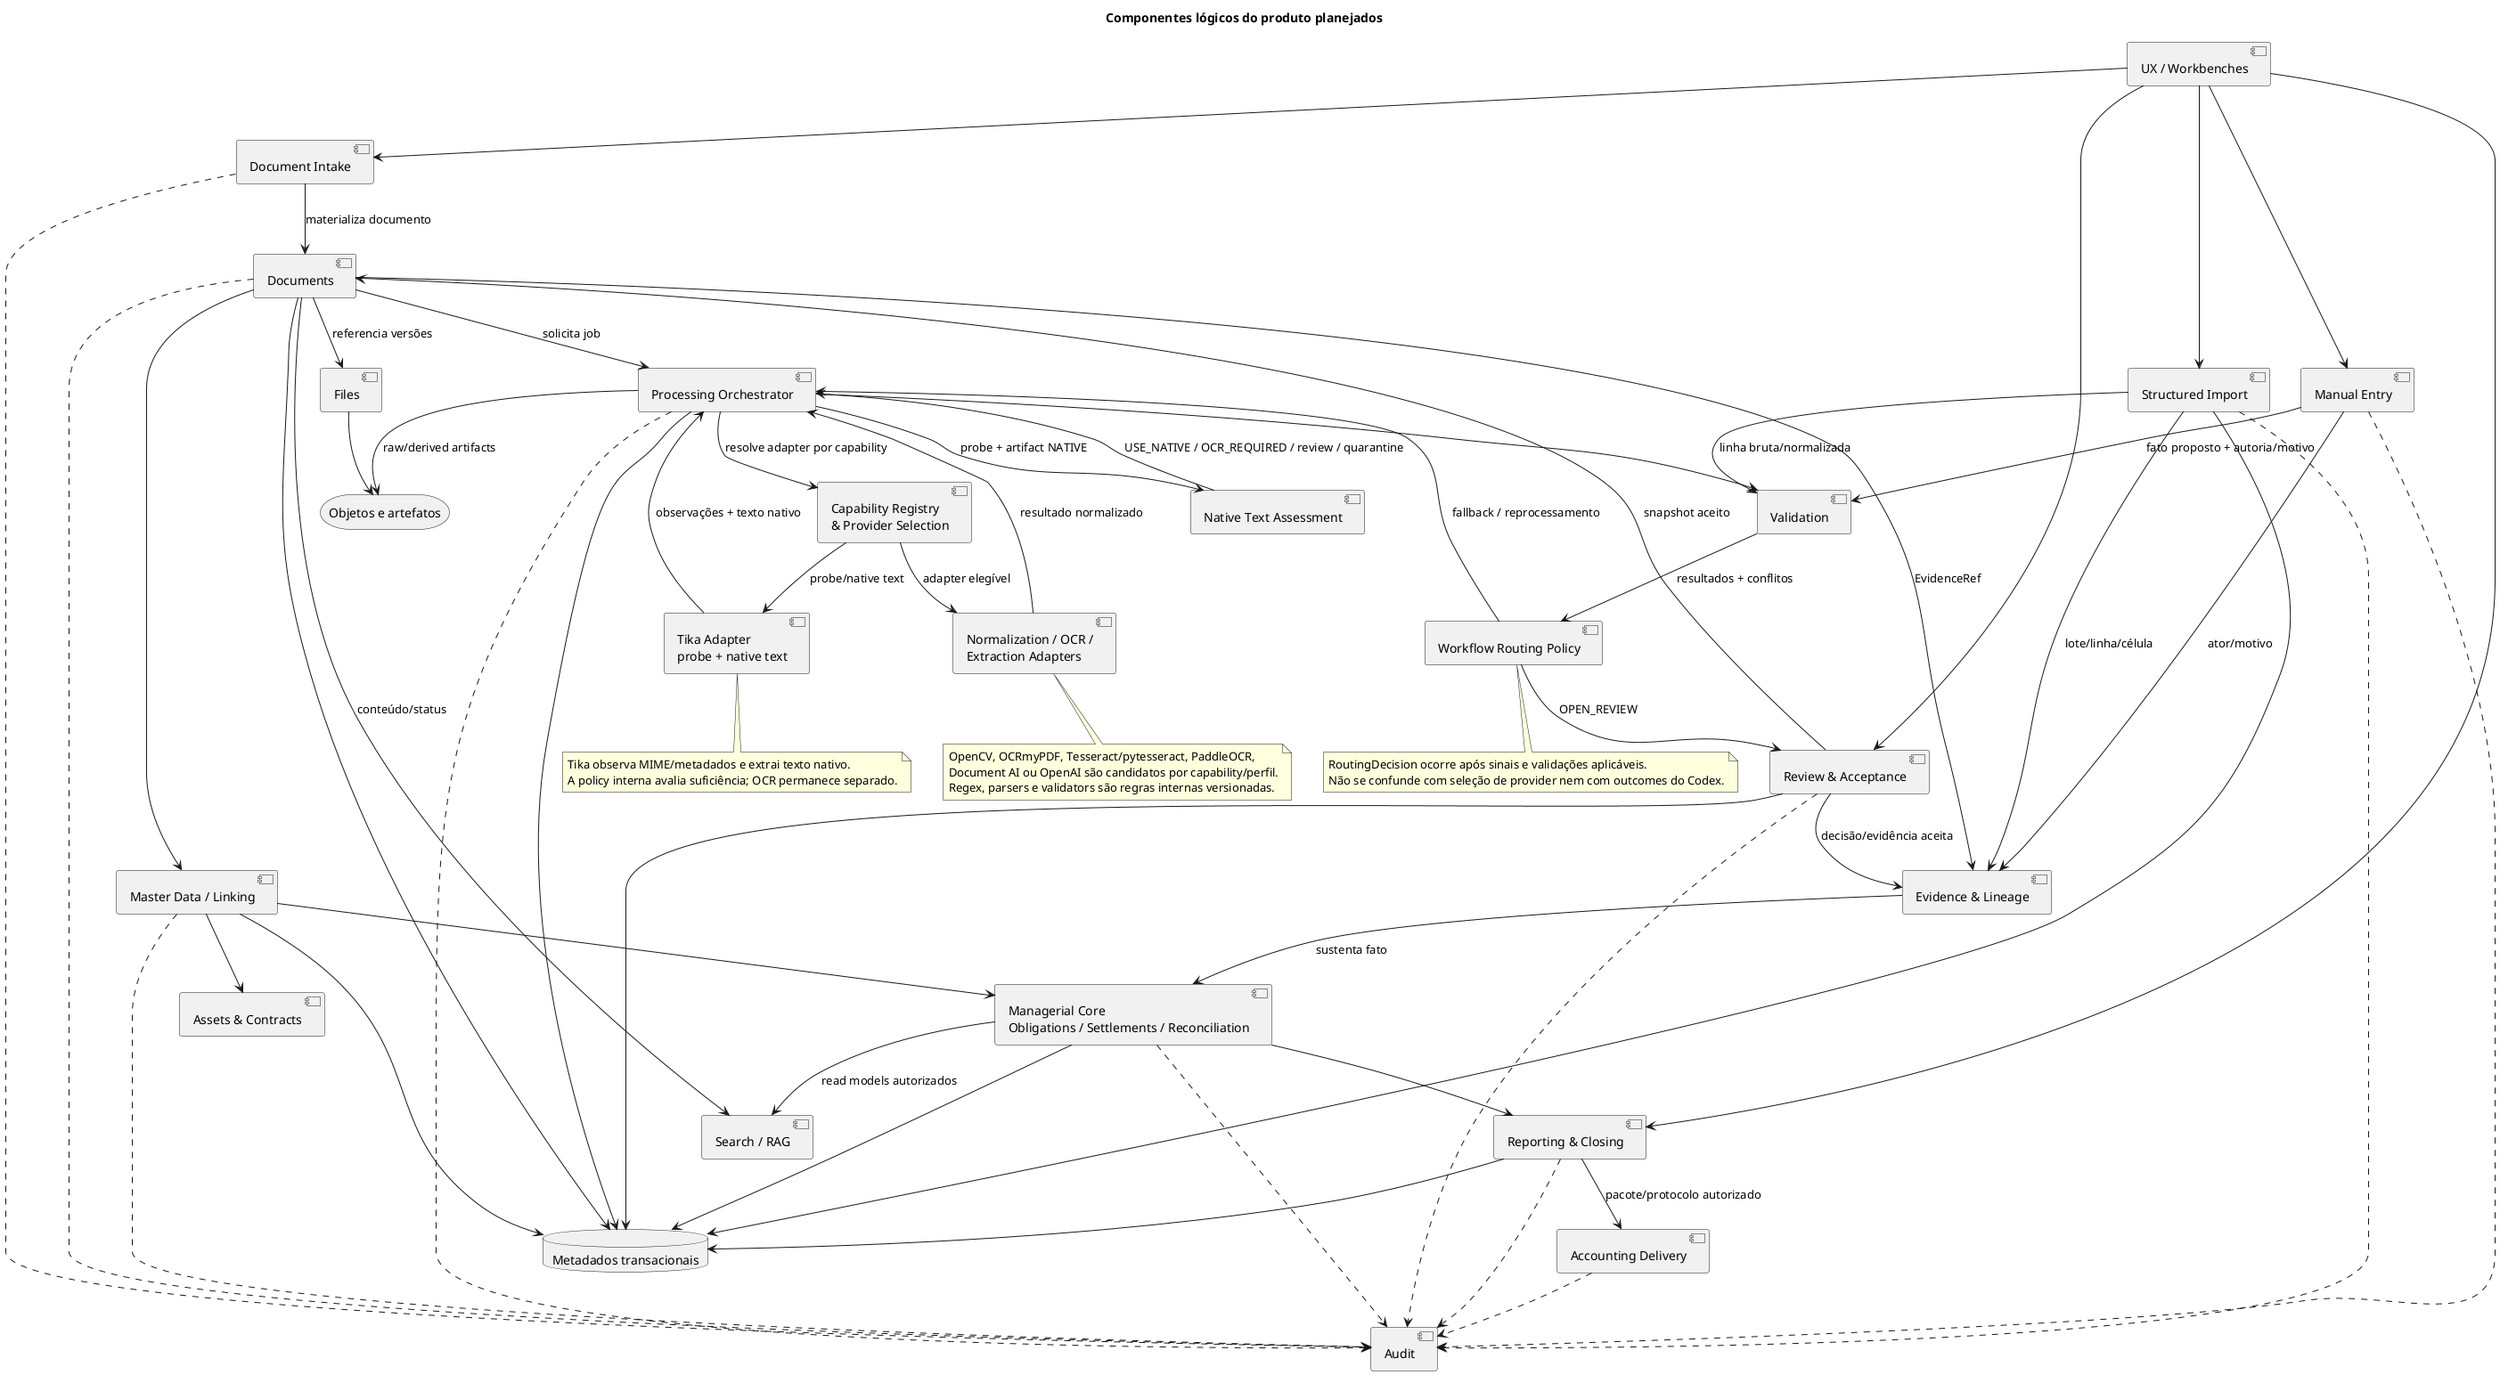
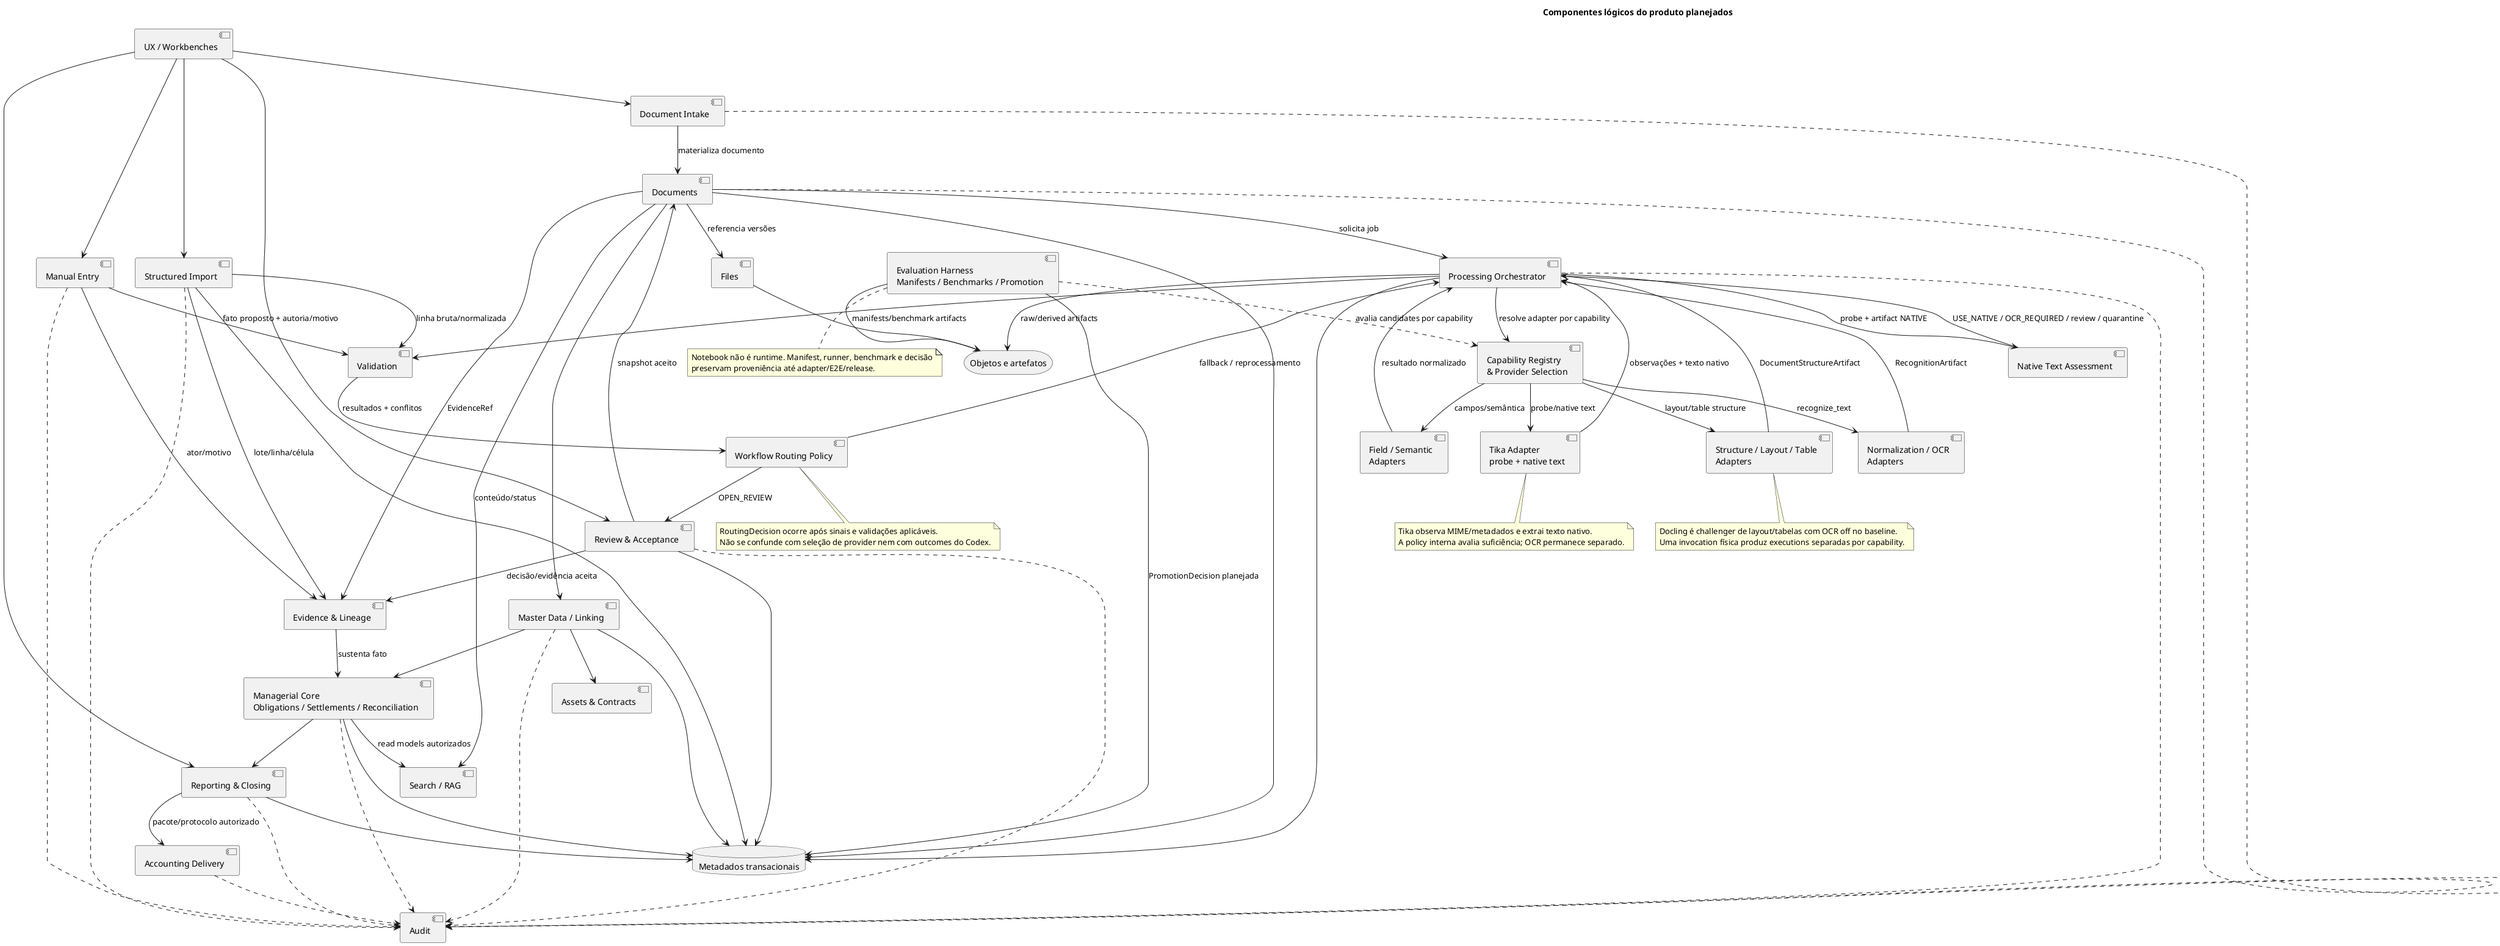
@startuml
- ' Issues #22 and #73
+ ' Issues #22, #73, #88 and #89
' Related ADRs: ADR-0009, ADR-0012, ADR-0013, ADR-0016 (proposed)
' Guardrail: planned logical boundaries in a modular monolith; not implemented services.

title Componentes lógicos do produto planejados

component "UX / Workbenches" as UX
component "Document Intake" as Intake
component "Structured Import" as Imports
component "Manual Entry" as Manual
component "Documents" as Documents
component "Files" as Files
component "Processing Orchestrator" as Processing
component "Capability Registry\n& Provider Selection" as Registry
component "Native Text Assessment" as Assessment
component "Workflow Routing Policy" as Routing
+ component "Evaluation Harness\nManifests / Benchmarks / Promotion" as Evaluation
component "Tika Adapter\nprobe + native text" as TikaAdapter
- component "Normalization / OCR /\nExtraction Adapters" as OtherAdapters
+ component "Normalization / OCR\nAdapters" as RecognitionAdapters
+ component "Structure / Layout / Table\nAdapters" as StructureAdapters
+ component "Field / Semantic\nAdapters" as FieldAdapters
component "Validation" as Validation
component "Review & Acceptance" as Review
component "Audit" as Audit
component "Evidence & Lineage" as Lineage
component "Master Data / Linking" as Linking
component "Assets & Contracts" as AssetsContracts
component "Managerial Core\nObligations / Settlements / Reconciliation" as Managerial
component "Reporting & Closing" as Reporting
component "Accounting Delivery" as Accounting
component "Search / RAG" as Search

database "Metadados transacionais" as DB
storage "Objetos e artefatos" as Objects

UX --> Intake
UX --> Imports
UX --> Manual
UX --> Review
UX --> Reporting
Intake --> Documents : materializa documento
Imports --> Validation : linha bruta/normalizada
Manual --> Validation : fato proposto + autoria/motivo
Documents --> Files : referencia versões
Files --> Objects
Documents --> Processing : solicita job
Processing --> Registry : resolve adapter por capability
Registry --> TikaAdapter : probe/native text
- Registry --> OtherAdapters : adapter elegível
+ Registry --> RecognitionAdapters : recognize_text
+ Registry --> StructureAdapters : layout/table structure
+ Registry --> FieldAdapters : campos/semântica
TikaAdapter --> Processing : observações + texto nativo
Processing --> Assessment : probe + artifact NATIVE
Assessment --> Processing : USE_NATIVE / OCR_REQUIRED / review / quarantine
- OtherAdapters --> Processing : resultado normalizado
+ RecognitionAdapters --> Processing : RecognitionArtifact
+ StructureAdapters --> Processing : DocumentStructureArtifact
+ FieldAdapters --> Processing : resultado normalizado
Processing --> Objects : raw/derived artifacts
Processing --> Validation
Validation --> Routing : resultados + conflitos
Routing --> Review : OPEN_REVIEW
Routing --> Processing : fallback / reprocessamento
Review --> Documents : snapshot aceito
Review --> Lineage : decisão/evidência aceita
Documents --> Lineage : EvidenceRef
Imports --> Lineage : lote/linha/célula
Manual --> Lineage : ator/motivo
Lineage --> Managerial : sustenta fato
Documents --> Linking
Linking --> AssetsContracts
Linking --> Managerial
Managerial --> Reporting
Reporting --> Accounting : pacote/protocolo autorizado
Documents --> Search : conteúdo/status
Managerial --> Search : read models autorizados

Documents --> DB
Imports --> DB
Processing --> DB
Review --> DB
Linking --> DB
Managerial --> DB
Reporting --> DB
+ Evaluation --> Objects : manifests/benchmark artifacts
+ Evaluation --> DB : PromotionDecision planejada
+ Evaluation ..> Registry : avalia candidates por capability

Intake ..> Audit
Imports ..> Audit
Manual ..> Audit
Documents ..> Audit
Processing ..> Audit
Review ..> Audit
Linking ..> Audit
Managerial ..> Audit
Reporting ..> Audit
Accounting ..> Audit

note bottom of TikaAdapter
  Tika observa MIME/metadados e extrai texto nativo.
  A policy interna avalia suficiência; OCR permanece separado.
end note

note bottom of Routing
  RoutingDecision ocorre após sinais e validações aplicáveis.
  Não se confunde com seleção de provider nem com outcomes do Codex.
end note

- note bottom of OtherAdapters
-   OpenCV, OCRmyPDF, Tesseract/pytesseract, PaddleOCR,
-   Document AI ou OpenAI são candidatos por capability/perfil.
-   Regex, parsers e validators são regras internas versionadas.
+ note bottom of StructureAdapters
+   Docling é challenger de layout/tabelas com OCR off no baseline.
+   Uma invocation física produz executions separadas por capability.
+ end note
+ 
+ note bottom of Evaluation
+   Notebook não é runtime. Manifest, runner, benchmark e decisão
+   preservam proveniência até adapter/E2E/release.
end note

@enduml
